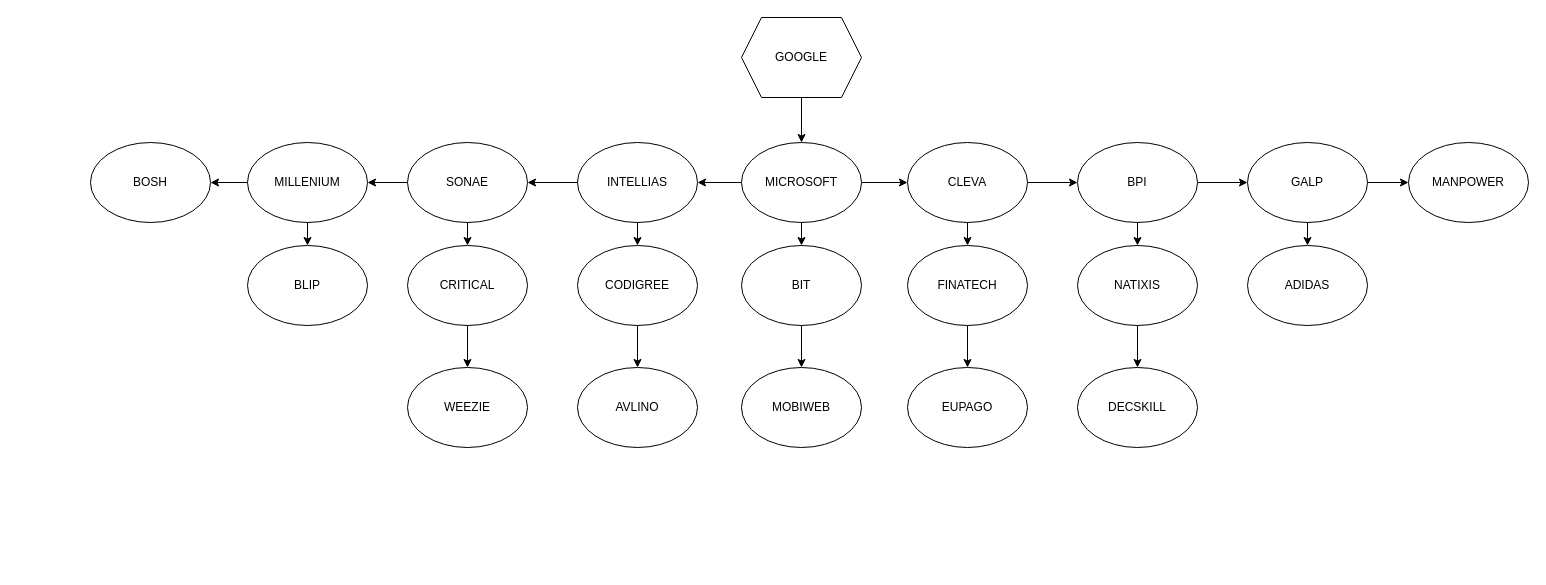
Before: comunicacao/topEmpresas.drawio in SrKossatz/CESAE_Softdev_PRT_1023, a draw.io diagram. Source tidied: cells renumbered, new cells numbered last; positions are measured from the earlier drawing's top-left corner, leaving out a move shared by most shapes. Both pictures are drawn from the tidied source at 100%, with x=0, y=0 at pixel (90, 17).
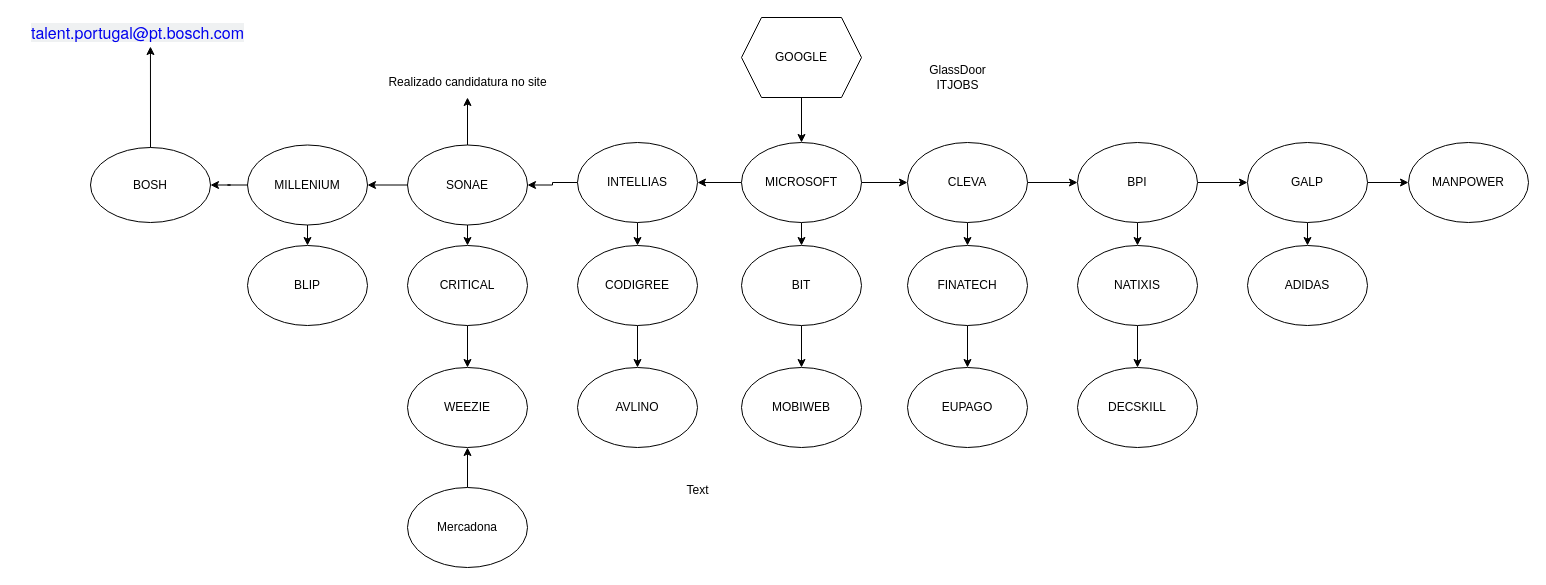
The same page after the edit.

Unchanged cells that the change refers to:
```xml
<mxCell id="40" value="WEEZIE" style="ellipse;whiteSpace=wrap;html=1;" parent="1" vertex="1">
  <mxGeometry x="317" y="350" width="120" height="80" as="geometry" />
</mxCell>
```

Diff of the diagram source:
```diff
@@
+    <mxCell id="46" style="edgeStyle=orthogonalEdgeStyle;rounded=0;jettySize=auto;html=1;" parent="1" edge="1" source="19" target="49">
+      <mxGeometry relative="1" as="geometry" />
+    </mxCell>
     <mxCell id="19" value="SONAE" style="ellipse;whiteSpace=wrap;html=1;" parent="1" vertex="1">
-      <mxGeometry x="317" y="125" width="120" height="80" as="geometry" />
+      <mxGeometry x="317" y="127.5" width="120" height="80" as="geometry" />
     </mxCell>
@@
     <mxCell id="22" value="MILLENIUM" style="ellipse;whiteSpace=wrap;html=1;" parent="1" vertex="1">
-      <mxGeometry x="157" y="125" width="120" height="80" as="geometry" />
+      <mxGeometry x="157" y="127.5" width="120" height="80" as="geometry" />
     </mxCell>
@@
     <mxCell id="26" value="BOSH" style="ellipse;whiteSpace=wrap;html=1;" parent="1" vertex="1">
-      <mxGeometry y="125" width="120" height="80" as="geometry" />
+      <mxGeometry y="130" width="120" height="75" as="geometry" />
     </mxCell>
@@
+    <mxCell id="47" value="&lt;a style=&quot;box-sizing: border-box; background-color: rgb(239, 241, 242); display: inline-block; text-decoration-line: none; font-family: boschsans, &amp;quot;Helvetica Neue&amp;quot;, Helvetica, Arial, sans-serif; font-size: 16px; text-align: start;&quot; href=&quot;https://www.bosch.pt/#&quot;&gt;talent.portugal@pt.bosch.com&lt;/a&gt;" style="text;html=1;align=center;verticalAlign=middle;points=[];strokeColor=none;fillColor=none;" parent="1" vertex="1">
+      <mxGeometry x="-73" width="240" height="30" as="geometry" />
+    </mxCell>
+    <mxCell id="48" style="edgeStyle=orthogonalEdgeStyle;rounded=0;jettySize=auto;html=1;entryX=0.554;entryY=0.967;entryDx=0;entryDy=0;entryPerimeter=0;" parent="1" edge="1" source="26" target="47">
+      <mxGeometry relative="1" as="geometry" />
+    </mxCell>
+    <mxCell id="49" value="Realizado candidatura no site&lt;br&gt;" style="text;html=1;align=center;verticalAlign=middle;points=[];strokeColor=none;fillColor=none;" parent="1" vertex="1">
+      <mxGeometry x="287" y="50" width="180" height="30" as="geometry" />
+    </mxCell>
+    <mxCell id="50" style="edgeStyle=orthogonalEdgeStyle;rounded=0;jettySize=auto;html=1;entryX=0.5;entryY=1;entryDx=0;entryDy=0;" parent="1" edge="1" source="51" target="40">
+      <mxGeometry relative="1" as="geometry" />
+    </mxCell>
+    <mxCell id="51" value="Mercadona" style="ellipse;whiteSpace=wrap;html=1;" parent="1" vertex="1">
+      <mxGeometry x="317" y="470" width="120" height="80" as="geometry" />
+    </mxCell>
+    <mxCell id="52" value="GlassDoor&lt;br&gt;ITJOBS" style="text;html=1;align=center;verticalAlign=middle;strokeColor=none;fillColor=none;" parent="1" vertex="1">
+      <mxGeometry x="827" y="40" width="80" height="40" as="geometry" />
+    </mxCell>
+    <mxCell id="53" value="Text" style="text;html=1;align=center;verticalAlign=middle;strokeColor=none;fillColor=none;" parent="1" vertex="1">
+      <mxGeometry x="582" y="458" width="50" height="30" as="geometry" />
+    </mxCell>
```
